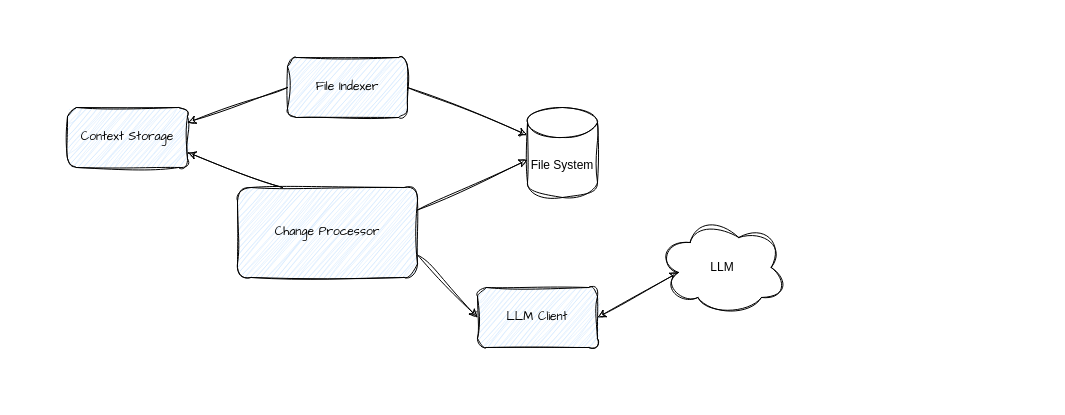
The draw.io diagram page "Page-4" (4 of 4) of docs/architecture.drawio in adobe-rnd/mystique-cli, before the edit. Source tidied: cells renumbered, new cells numbered last; positions are measured from the earlier drawing's top-left corner, leaving out a move shared by most shapes. Both pictures are drawn from the tidied source at 100%, with x=0, y=0 at pixel (67, 57).
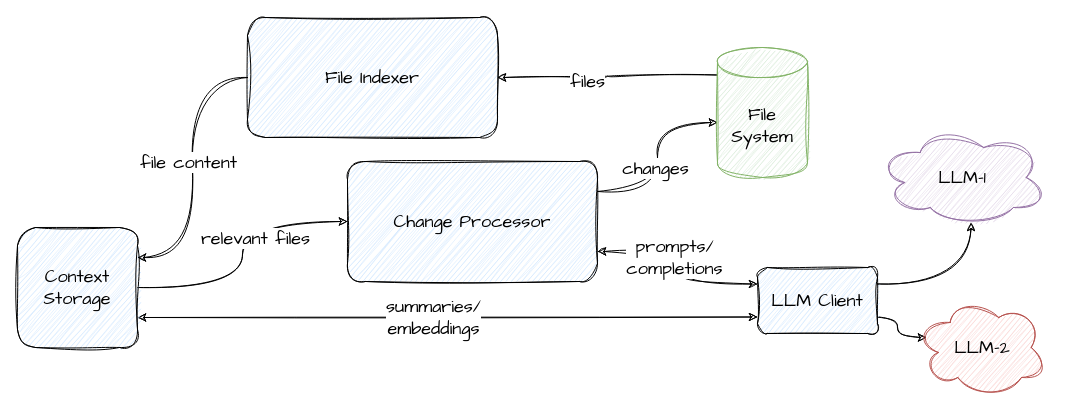
The same page after the edit.

Diff of the diagram source:
```diff
@@
-    <mxCell id="2" style="edgeStyle=none;html=1;exitX=1;exitY=0.75;exitDx=0;exitDy=0;entryX=0;entryY=0.5;entryDx=0;entryDy=0;sketch=1;curveFitting=1;jiggle=2;" parent="1" edge="1" source="5" target="11">
+    <mxCell id="2" style="edgeStyle=orthogonalEdgeStyle;html=1;exitX=1;exitY=0.75;exitDx=0;exitDy=0;entryX=0;entryY=0.25;entryDx=0;entryDy=0;sketch=1;curveFitting=1;jiggle=2;fontSize=18;curved=1;startArrow=classic;startFill=1;" parent="1" edge="1" source="5" target="11">
       <mxGeometry relative="1" as="geometry" />
     </mxCell>
+    <mxCell id="15" value="prompts/&lt;br&gt;completions" style="edgeLabel;html=1;align=center;verticalAlign=middle;fontSize=18;fontFamily=Architects Daughter;" parent="2" vertex="1">
+      <mxGeometry x="-0.12" y="-4" relative="1" as="geometry" />
+    </mxCell>
+    <mxCell id="4" style="edgeStyle=orthogonalEdgeStyle;html=1;exitX=1;exitY=0.25;exitDx=0;exitDy=0;sketch=1;curveFitting=1;jiggle=2;entryX=0;entryY=0;entryDx=0;entryDy=75;entryPerimeter=0;fontSize=18;curved=1;" parent="1" edge="1" source="5" target="14">
+      <mxGeometry relative="1" as="geometry" />
+    </mxCell>
+    <mxCell id="16" value="changes" style="edgeLabel;html=1;align=center;verticalAlign=middle;fontSize=18;fontFamily=Architects Daughter;" parent="4" vertex="1">
+      <mxGeometry x="-0.11" y="3" relative="1" as="geometry" />
+    </mxCell>
-    <mxCell id="3" style="edgeStyle=none;html=1;exitX=0.25;exitY=0;exitDx=0;exitDy=0;entryX=1;entryY=0.75;entryDx=0;entryDy=0;sketch=1;curveFitting=1;jiggle=2;" parent="1" edge="1" source="5" target="12">
+    <mxCell id="3" style="edgeStyle=orthogonalEdgeStyle;curved=1;sketch=1;html=1;exitX=0;exitY=0.5;exitDx=0;exitDy=0;entryX=1;entryY=0.5;entryDx=0;entryDy=0;fontFamily=Architects Daughter;fontSize=18;startArrow=classic;startFill=1;endArrow=none;endFill=0;" parent="1" edge="1" source="5" target="12">
       <mxGeometry relative="1" as="geometry" />
     </mxCell>
-    <mxCell id="4" style="edgeStyle=none;html=1;exitX=1;exitY=0.25;exitDx=0;exitDy=0;sketch=1;curveFitting=1;jiggle=2;entryX=0;entryY=0;entryDx=0;entryDy=52.5;entryPerimeter=0;" parent="1" edge="1" source="5" target="14">
-      <mxGeometry relative="1" as="geometry" />
-    </mxCell>
+    <mxCell id="17" value="relevant files" style="edgeLabel;html=1;align=center;verticalAlign=middle;fontSize=18;fontFamily=Architects Daughter;" parent="3" vertex="1">
+      <mxGeometry x="-0.12" y="12" relative="1" as="geometry" />
+    </mxCell>
-    <mxCell id="5" value="Change Processor" style="rounded=1;whiteSpace=wrap;html=1;hachureGap=4;fontFamily=Architects Daughter;shadow=0;fillColor=#CCE5FF;sketch=1;curveFitting=1;jiggle=2;" parent="1" vertex="1">
-      <mxGeometry x="170" y="130" width="180" height="90" as="geometry" />
+    <mxCell id="5" value="Change Processor" style="rounded=1;whiteSpace=wrap;html=1;hachureGap=4;fontFamily=Architects Daughter;shadow=0;fillColor=#CCE5FF;sketch=1;curveFitting=1;jiggle=2;fontSize=18;" parent="1" vertex="1">
+      <mxGeometry x="280" y="104" width="250" height="120" as="geometry" />
     </mxCell>
-    <mxCell id="6" style="edgeStyle=none;html=1;exitX=0;exitY=0.5;exitDx=0;exitDy=0;entryX=1;entryY=0.25;entryDx=0;entryDy=0;sketch=1;curveFitting=1;jiggle=2;" parent="1" edge="1" source="8" target="12">
+    <mxCell id="6" style="edgeStyle=orthogonalEdgeStyle;html=1;exitX=0;exitY=0.5;exitDx=0;exitDy=0;entryX=1;entryY=0.25;entryDx=0;entryDy=0;sketch=1;curveFitting=1;jiggle=2;fontSize=18;curved=1;" parent="1" edge="1" source="8" target="12">
       <mxGeometry relative="1" as="geometry" />
     </mxCell>
+    <mxCell id="18" value="file content" style="edgeLabel;html=1;align=center;verticalAlign=middle;fontSize=18;fontFamily=Architects Daughter;" parent="6" vertex="1">
+      <mxGeometry x="-0.12" y="2" relative="1" as="geometry">
+        <mxPoint x="-7" y="11" as="offset" />
+      </mxGeometry>
+    </mxCell>
-    <mxCell id="7" style="edgeStyle=none;html=1;exitX=1;exitY=0.5;exitDx=0;exitDy=0;entryX=0;entryY=0;entryDx=0;entryDy=27.5;entryPerimeter=0;sketch=1;curveFitting=1;jiggle=2;" parent="1" edge="1" source="8" target="14">
+    <mxCell id="7" style="edgeStyle=orthogonalEdgeStyle;html=1;exitX=1;exitY=0.5;exitDx=0;exitDy=0;entryX=0;entryY=0;entryDx=0;entryDy=27.5;entryPerimeter=0;sketch=1;curveFitting=1;jiggle=2;fontSize=18;curved=1;startArrow=classic;startFill=1;endArrow=none;endFill=0;" parent="1" edge="1" source="8" target="14">
       <mxGeometry relative="1" as="geometry" />
     </mxCell>
+    <mxCell id="19" value="files" style="edgeLabel;html=1;align=center;verticalAlign=middle;fontSize=18;fontFamily=Architects Daughter;" parent="7" vertex="1">
+      <mxGeometry x="-0.2" y="-3" relative="1" as="geometry" />
+    </mxCell>
-    <mxCell id="8" value="File Indexer" style="rounded=1;whiteSpace=wrap;html=1;hachureGap=4;fontFamily=Architects Daughter;shadow=0;fillColor=#CCE5FF;sketch=1;curveFitting=1;jiggle=2;" parent="1" vertex="1">
-      <mxGeometry x="220" width="120" height="60" as="geometry" />
+    <mxCell id="8" value="File Indexer" style="rounded=1;whiteSpace=wrap;html=1;hachureGap=4;fontFamily=Architects Daughter;shadow=0;fillColor=#CCE5FF;sketch=1;curveFitting=1;jiggle=2;fontSize=18;" parent="1" vertex="1">
+      <mxGeometry x="180" y="-40" width="250" height="120" as="geometry" />
     </mxCell>
-    <mxCell id="9" style="edgeStyle=none;sketch=1;html=1;exitX=1;exitY=0.5;exitDx=0;exitDy=0;entryX=0.093;entryY=0.549;entryDx=0;entryDy=0;entryPerimeter=0;strokeColor=none;startArrow=classic;startFill=1;" parent="1" edge="1" source="11" target="13">
+    <mxCell id="9" style="edgeStyle=orthogonalEdgeStyle;sketch=1;html=1;exitX=1;exitY=0.5;exitDx=0;exitDy=0;entryX=0.093;entryY=0.549;entryDx=0;entryDy=0;entryPerimeter=0;strokeColor=none;startArrow=classic;startFill=1;fontSize=18;curved=1;" parent="1" edge="1" source="11" target="13">
       <mxGeometry relative="1" as="geometry" />
     </mxCell>
-    <mxCell id="10" style="edgeStyle=none;sketch=1;html=1;exitX=1;exitY=0.5;exitDx=0;exitDy=0;entryX=0.16;entryY=0.55;entryDx=0;entryDy=0;entryPerimeter=0;startArrow=classic;startFill=1;" parent="1" edge="1" source="11" target="13">
+    <mxCell id="10" style="edgeStyle=orthogonalEdgeStyle;curved=1;sketch=1;html=1;exitX=1;exitY=0.25;exitDx=0;exitDy=0;entryX=0.55;entryY=0.95;entryDx=0;entryDy=0;entryPerimeter=0;fontFamily=Architects Daughter;fontSize=18;" parent="1" edge="1" source="11" target="13">
       <mxGeometry relative="1" as="geometry" />
     </mxCell>
+    <mxCell id="20" style="edgeStyle=orthogonalEdgeStyle;curved=1;sketch=1;html=1;exitX=1;exitY=0.75;exitDx=0;exitDy=0;entryX=0.07;entryY=0.4;entryDx=0;entryDy=0;entryPerimeter=0;fontFamily=Architects Daughter;fontSize=18;" parent="1" edge="1" source="11" target="23">
+      <mxGeometry relative="1" as="geometry" />
+    </mxCell>
-    <mxCell id="11" value="LLM Client" style="rounded=1;whiteSpace=wrap;html=1;hachureGap=4;fontFamily=Architects Daughter;shadow=0;fillColor=#CCE5FF;sketch=1;curveFitting=1;jiggle=2;" parent="1" vertex="1">
-      <mxGeometry x="410" y="230" width="120" height="60" as="geometry" />
+    <mxCell id="11" value="LLM Client" style="rounded=1;whiteSpace=wrap;html=1;hachureGap=4;fontFamily=Architects Daughter;shadow=0;fillColor=#CCE5FF;sketch=1;curveFitting=1;jiggle=2;fontSize=18;" parent="1" vertex="1">
+      <mxGeometry x="690" y="210" width="120" height="66" as="geometry" />
     </mxCell>
+    <mxCell id="21" style="edgeStyle=orthogonalEdgeStyle;curved=1;sketch=1;html=1;exitX=1;exitY=0.75;exitDx=0;exitDy=0;entryX=0;entryY=0.75;entryDx=0;entryDy=0;fontFamily=Architects Daughter;fontSize=18;startArrow=classic;startFill=1;" parent="1" edge="1" source="12" target="11">
+      <mxGeometry relative="1" as="geometry" />
+    </mxCell>
+    <mxCell id="22" value="summaries/&lt;br&gt;embeddings" style="edgeLabel;html=1;align=center;verticalAlign=middle;fontSize=18;fontFamily=Architects Daughter;" parent="21" vertex="1">
+      <mxGeometry x="-0.05" y="1" relative="1" as="geometry" />
+    </mxCell>
-    <mxCell id="12" value="Context Storage" style="rounded=1;whiteSpace=wrap;html=1;hachureGap=4;fontFamily=Architects Daughter;shadow=0;fillColor=#CCE5FF;sketch=1;curveFitting=1;jiggle=2;" parent="1" vertex="1">
-      <mxGeometry y="50" width="120" height="60" as="geometry" />
+    <mxCell id="12" value="Context Storage" style="rounded=1;whiteSpace=wrap;html=1;hachureGap=4;fontFamily=Architects Daughter;shadow=0;fillColor=#CCE5FF;sketch=1;curveFitting=1;jiggle=2;fontSize=18;" parent="1" vertex="1">
+      <mxGeometry x="-50" y="170" width="120" height="120" as="geometry" />
     </mxCell>
-    <mxCell id="13" value="LLM" style="ellipse;shape=cloud;whiteSpace=wrap;html=1;sketch=1;curveFitting=1;jiggle=2;" parent="1" vertex="1">
-      <mxGeometry x="590" y="160" width="130" height="100" as="geometry" />
+    <mxCell id="13" value="LLM-1" style="ellipse;shape=cloud;whiteSpace=wrap;html=1;sketch=1;curveFitting=1;jiggle=2;fillColor=#e1d5e7;strokeColor=#9673a6;fontSize=18;fontFamily=Architects Daughter;" parent="1" vertex="1">
+      <mxGeometry x="810" y="70" width="170" height="100" as="geometry" />
     </mxCell>
-    <mxCell id="14" value="File System" style="shape=cylinder3;whiteSpace=wrap;html=1;boundedLbl=1;backgroundOutline=1;size=15;sketch=1;curveFitting=1;jiggle=2;" parent="1" vertex="1">
-      <mxGeometry x="460" y="50" width="70" height="90" as="geometry" />
+    <mxCell id="14" value="File System" style="shape=cylinder3;whiteSpace=wrap;html=1;boundedLbl=1;backgroundOutline=1;size=15;sketch=1;curveFitting=1;jiggle=2;fillColor=#d5e8d4;strokeColor=#82b366;fontSize=18;fontFamily=Architects Daughter;" parent="1" vertex="1">
+      <mxGeometry x="650" y="-10" width="90" height="130" as="geometry" />
     </mxCell>
+    <mxCell id="23" value="LLM-2" style="ellipse;shape=cloud;whiteSpace=wrap;html=1;sketch=1;curveFitting=1;jiggle=2;fillColor=#f8cecc;strokeColor=#b85450;fontSize=18;fontFamily=Architects Daughter;" parent="1" vertex="1">
+      <mxGeometry x="850" y="240" width="130" height="100" as="geometry" />
+    </mxCell>
```
